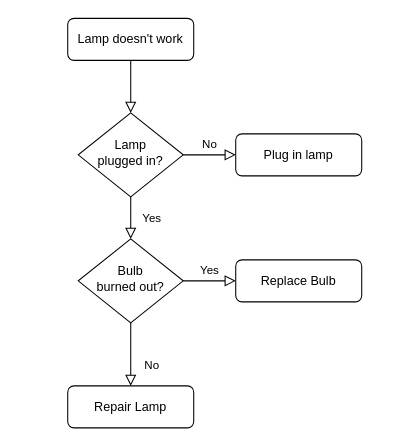
This is HigherLower.drawio from ZestyBuddha/hello-world, a draw.io file, before an edit. Source tidied: cells renumbered, new cells numbered last; positions are measured from the earlier drawing's top-left corner, leaving out a move shared by most shapes. Both pictures are drawn from the tidied source at 105%, with x=0, y=0 at pixel (67, 18).
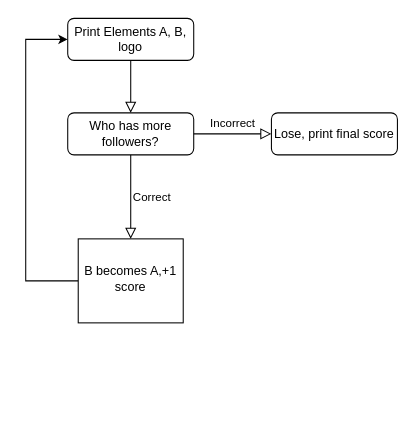
After the change.

What changed in the source:
```diff
@@
 <mxGraphModel>
   <root>
     <mxCell id="0" />
     <mxCell id="1" parent="0" />
-    <mxCell id="2" style="rounded=0;html=1;jettySize=auto;fontSize=11;endArrow=block;endFill=0;endSize=8;strokeWidth=1;shadow=0;labelBackgroundColor=none;edgeStyle=orthogonalEdgeStyle;" parent="1" edge="1" source="3" target="6">
-      <mxGeometry relative="1" as="geometry" />
+    <mxCell id="2" style="rounded=0;html=1;jettySize=auto;fontSize=11;endArrow=block;endFill=0;endSize=8;strokeWidth=1;shadow=0;labelBackgroundColor=none;edgeStyle=orthogonalEdgeStyle;" parent="1" edge="1" source="3">
+      <mxGeometry relative="1" as="geometry">
+        <mxPoint x="60" y="90" as="targetPoint" />
+      </mxGeometry>
     </mxCell>
-    <mxCell id="3" value="Lamp doesn't work" style="rounded=1;whiteSpace=wrap;html=1;fontSize=12;glass=0;strokeWidth=1;shadow=0;" parent="1" vertex="1">
+    <mxCell id="3" value="Print Elements A, B, logo" style="rounded=1;whiteSpace=wrap;html=1;fontSize=12;glass=0;strokeWidth=1;shadow=0;" parent="1" vertex="1">
       <mxGeometry width="120" height="40" as="geometry" />
     </mxCell>
-    <mxCell id="4" value="Yes" style="rounded=0;html=1;jettySize=auto;fontSize=11;endArrow=block;endFill=0;endSize=8;strokeWidth=1;shadow=0;labelBackgroundColor=none;edgeStyle=orthogonalEdgeStyle;" parent="1" edge="1" source="6" target="10">
-      <mxGeometry y="20" relative="1" as="geometry" />
+    <mxCell id="4" value="Correct" style="rounded=0;html=1;jettySize=auto;fontSize=11;endArrow=block;endFill=0;endSize=8;strokeWidth=1;shadow=0;labelBackgroundColor=none;edgeStyle=orthogonalEdgeStyle;exitX=0.5;exitY=1;exitDx=0;exitDy=0;" parent="1" edge="1" source="7" target="10">
+      <mxGeometry y="20" relative="1" as="geometry">
+        <Array as="points">
+          <mxPoint x="60" y="150" />
+          <mxPoint x="60" y="150" />
+        </Array>
+      </mxGeometry>
     </mxCell>
-    <mxCell id="5" value="No" style="edgeStyle=orthogonalEdgeStyle;rounded=0;html=1;jettySize=auto;fontSize=11;endArrow=block;endFill=0;endSize=8;strokeWidth=1;shadow=0;labelBackgroundColor=none;" parent="1" edge="1" source="6" target="7">
-      <mxGeometry y="10" relative="1" as="geometry" />
-    </mxCell>
-    <mxCell id="6" value="Lamp&lt;br&gt;plugged in?" style="rhombus;whiteSpace=wrap;html=1;shadow=0;fontFamily=Helvetica;fontSize=12;align=center;strokeWidth=1;spacing=6;spacingTop=-4;" parent="1" vertex="1">
-      <mxGeometry x="10" y="90" width="100" height="80" as="geometry" />
-    </mxCell>
-    <mxCell id="7" value="Plug in lamp" style="rounded=1;whiteSpace=wrap;html=1;fontSize=12;glass=0;strokeWidth=1;shadow=0;" parent="1" vertex="1">
-      <mxGeometry x="160" y="110" width="120" height="40" as="geometry" />
+    <mxCell id="7" value="Who has more followers?" style="rounded=1;whiteSpace=wrap;html=1;fontSize=12;glass=0;strokeWidth=1;shadow=0;" parent="1" vertex="1">
+      <mxGeometry y="90" width="120" height="40" as="geometry" />
     </mxCell>
-    <mxCell id="8" value="No" style="rounded=0;html=1;jettySize=auto;fontSize=11;endArrow=block;endFill=0;endSize=8;strokeWidth=1;shadow=0;labelBackgroundColor=none;edgeStyle=orthogonalEdgeStyle;" parent="1" edge="1" source="10" target="11">
-      <mxGeometry x="0.33" y="20" relative="1" as="geometry" />
-    </mxCell>
-    <mxCell id="9" value="Yes" style="edgeStyle=orthogonalEdgeStyle;rounded=0;html=1;jettySize=auto;fontSize=11;endArrow=block;endFill=0;endSize=8;strokeWidth=1;shadow=0;labelBackgroundColor=none;" parent="1" edge="1" source="10" target="12">
+    <mxCell id="9" value="Incorrect" style="edgeStyle=orthogonalEdgeStyle;rounded=0;html=1;jettySize=auto;fontSize=11;endArrow=block;endFill=0;endSize=8;strokeWidth=1;shadow=0;labelBackgroundColor=none;exitX=1;exitY=0.5;exitDx=0;exitDy=0;" parent="1" edge="1" source="7" target="12">
       <mxGeometry y="10" relative="1" as="geometry" />
     </mxCell>
+    <mxCell id="13" style="edgeStyle=orthogonalEdgeStyle;rounded=0;jettySize=auto;html=1;exitX=0;exitY=0.5;exitDx=0;exitDy=0;entryX=0;entryY=0.5;entryDx=0;entryDy=0;" parent="1" edge="1" source="10" target="3">
+      <mxGeometry relative="1" as="geometry">
+        <Array as="points">
+          <mxPoint x="-40" y="250" />
+          <mxPoint x="-40" y="20" />
+        </Array>
+      </mxGeometry>
+    </mxCell>
-    <mxCell id="10" value="Bulb&lt;br&gt;burned out?" style="rhombus;whiteSpace=wrap;html=1;shadow=0;fontFamily=Helvetica;fontSize=12;align=center;strokeWidth=1;spacing=6;spacingTop=-4;" parent="1" vertex="1">
+    <mxCell id="10" value="B becomes A,+1 score" style="rounded;whiteSpace=wrap;html=1;shadow=0;fontFamily=Helvetica;fontSize=12;align=center;strokeWidth=1;spacing=6;spacingTop=-4;" parent="1" vertex="1">
       <mxGeometry x="10" y="210" width="100" height="80" as="geometry" />
     </mxCell>
-    <mxCell id="11" value="Repair Lamp" style="rounded=1;whiteSpace=wrap;html=1;fontSize=12;glass=0;strokeWidth=1;shadow=0;" parent="1" vertex="1">
-      <mxGeometry y="350" width="120" height="40" as="geometry" />
-    </mxCell>
-    <mxCell id="12" value="Replace Bulb" style="rounded=1;whiteSpace=wrap;html=1;fontSize=12;glass=0;strokeWidth=1;shadow=0;" parent="1" vertex="1">
-      <mxGeometry x="160" y="230" width="120" height="40" as="geometry" />
+    <mxCell id="12" value="Lose, print final score" style="rounded=1;whiteSpace=wrap;html=1;fontSize=12;glass=0;strokeWidth=1;shadow=0;" parent="1" vertex="1">
+      <mxGeometry x="194" y="90" width="120" height="40" as="geometry" />
     </mxCell>
   </root>
 </mxGraphModel>
```
